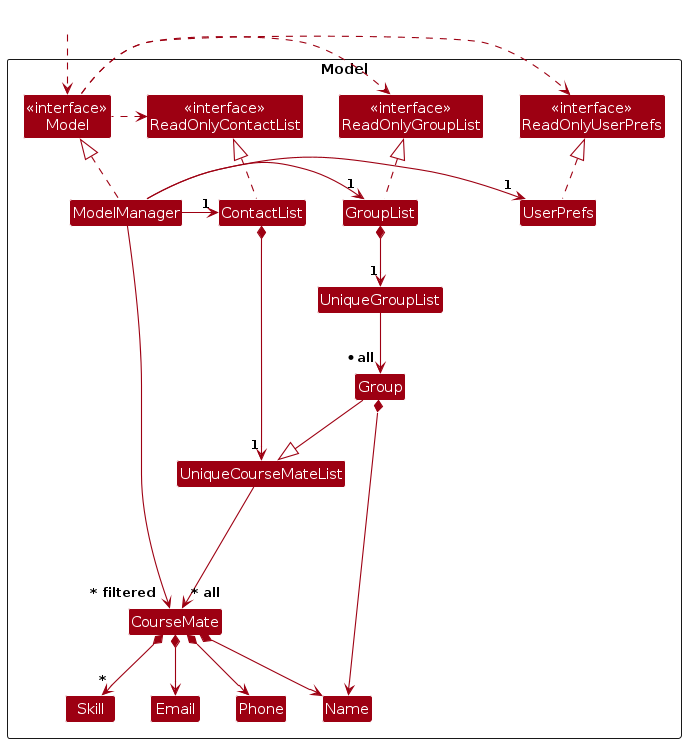
Above: diagrams/ModelClassDiagram.png in AY2324S2-CS2103T-F13-3/tp (PlantUML), before the change. Its source is kept beside it as diagrams/ModelClassDiagram.puml.
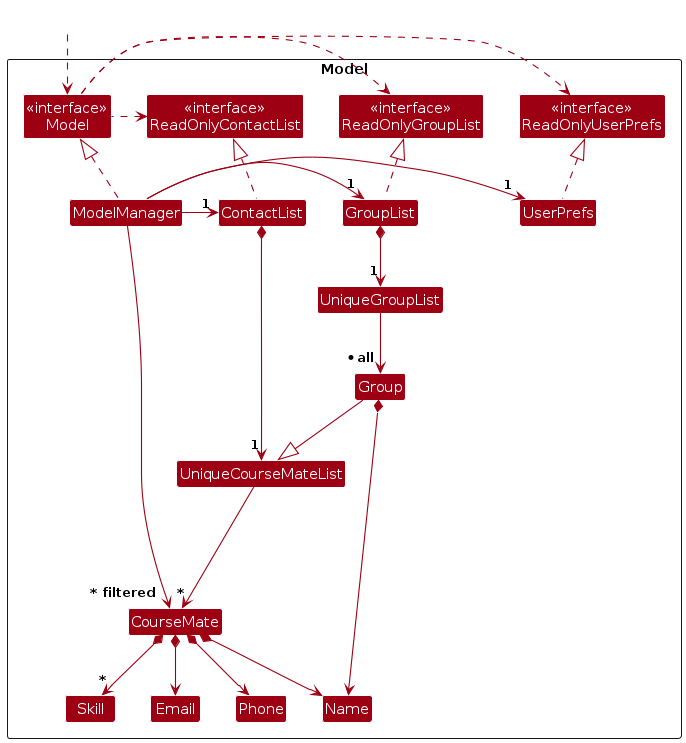
Above is the later version.

Diff of the diagram source:
```diff
@@ -43,7 +43,7 @@
 GroupList .up.|> ReadOnlyGroupList
 
 ContactList *--> "1" UniqueCourseMateList
-UniqueCourseMateList --> "~* all" CourseMate
+UniqueCourseMateList --> "~*" CourseMate
 CourseMate *--> Name
 CourseMate *--> Phone
 CourseMate *--> Email
```
